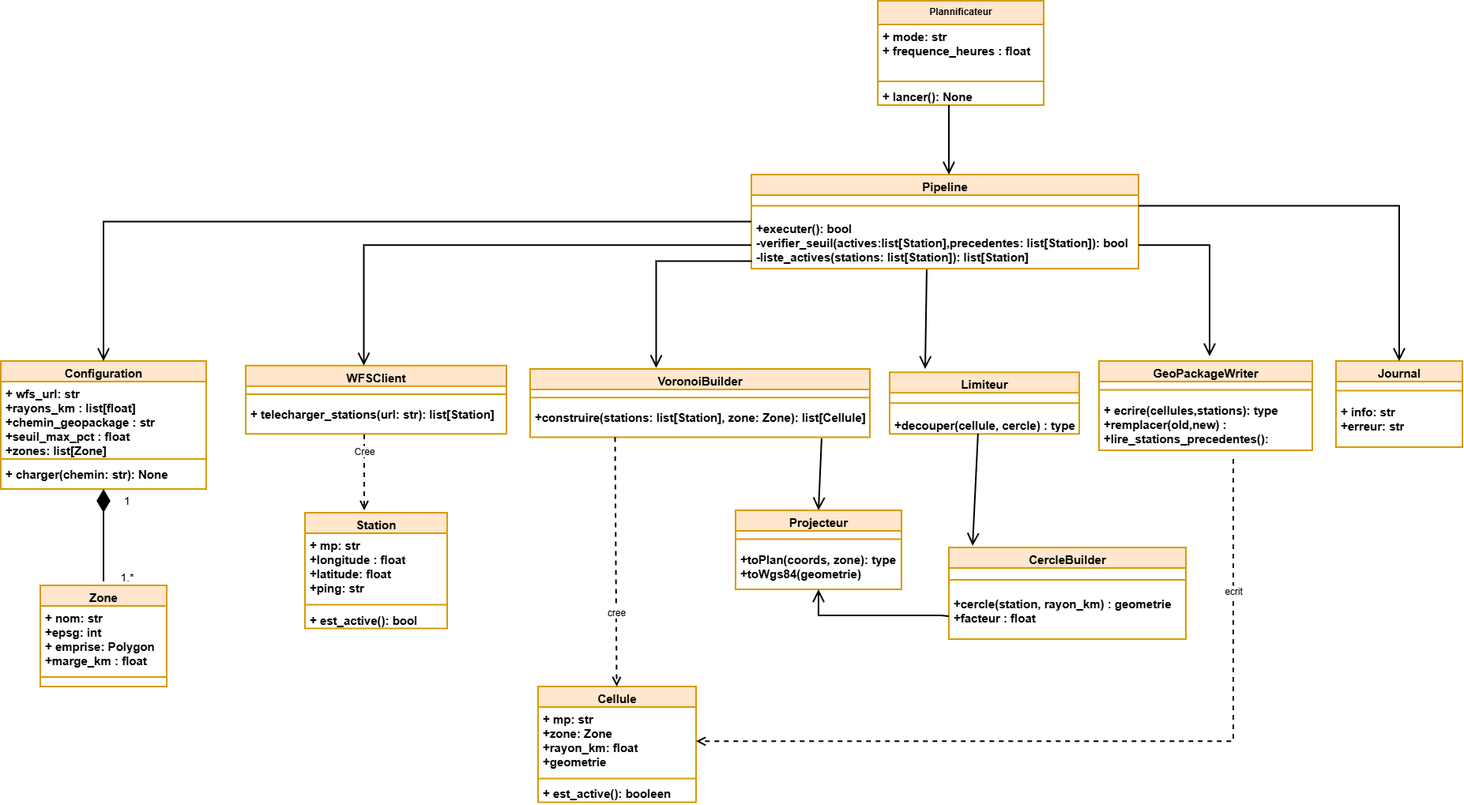
Akatebra/Projet_Info_Voronoi keeps this draw.io diagram as Diagramme de classe.png. Above is the earlier version. Source tidied: cells renumbered, new cells last; positions are measured from the earlier drawing's top-left corner, leaving out a move shared by most shapes.
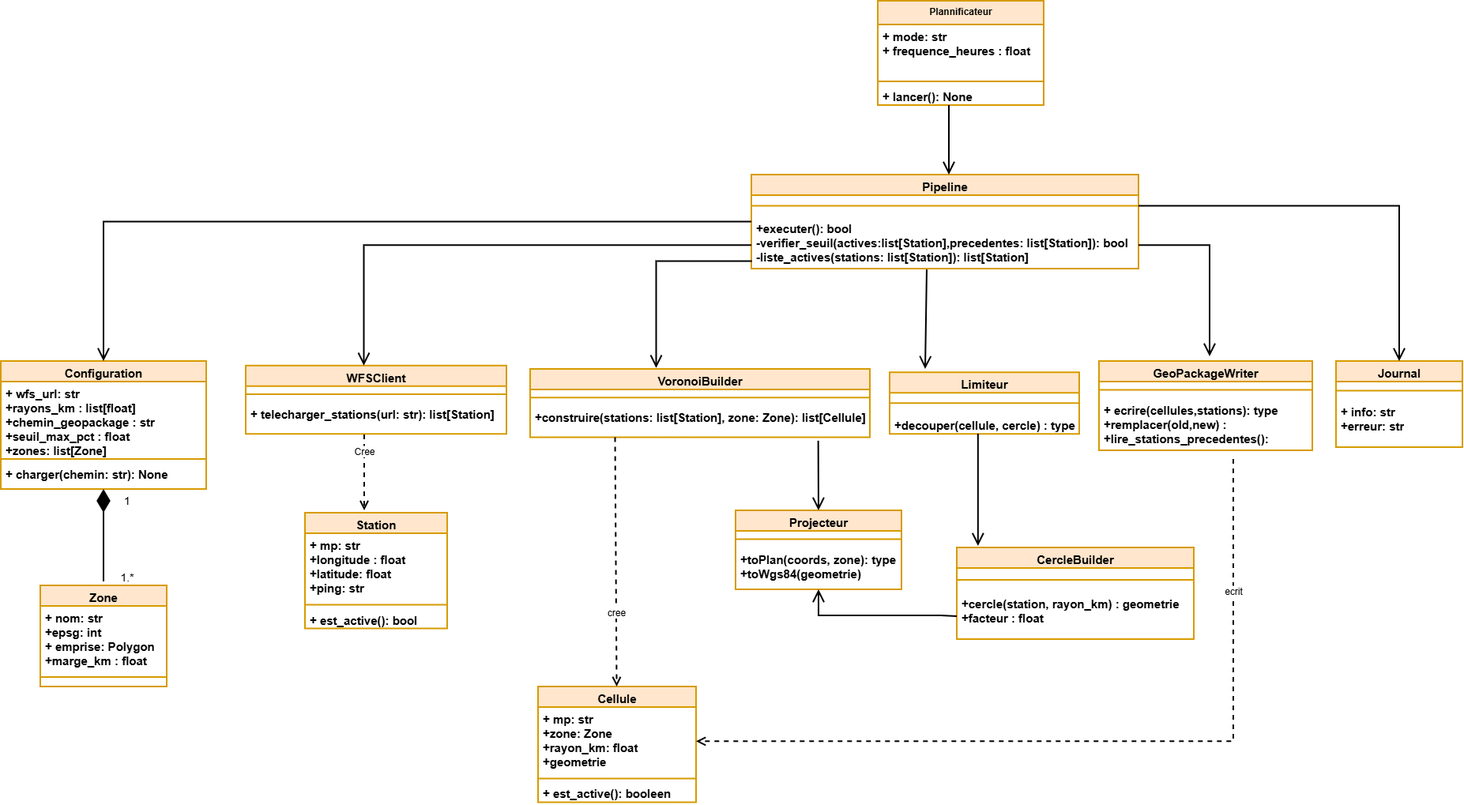
Later version of the same file.

Commit message:
Mettre à jour Diagramme de classe.png

What changed in the source:
```diff
@@ -164,7 +164,7 @@
       </mxGeometry>
     </mxCell>
     <mxCell id="50" value="&lt;font style=&quot;font-size: 15px;&quot;&gt;CercleBuilder&lt;/font&gt;" style="swimlane;fontStyle=1;align=center;verticalAlign=top;horizontal=1;startSize=26;whiteSpace=wrap;html=1;strokeWidth=2;fillColor=#ffe6cc;strokeColor=#d79b00;" parent="1" vertex="1">
-      <mxGeometry x="1200" y="692" width="300" height="116" as="geometry" />
+      <mxGeometry x="1210" y="692" width="300" height="116" as="geometry" />
     </mxCell>
     <mxCell id="51" style="line;strokeWidth=2;fillColor=none;align=left;verticalAlign=middle;spacingTop=-1;spacingLeft=3;spacingRight=3;labelPosition=right;strokeColor=inherit;labelPerimeter=1;" parent="50" vertex="1">
       <mxGeometry y="26" width="300" height="30" as="geometry" />
@@ -174,7 +174,7 @@
     </mxCell>
     <mxCell id="53" style="endArrow=open;endFill=1;endSize=12;html=1;rounded=0;defaultLabelBackgroundColor=page;labelPadding=0 4;exitX=0.466;exitY=0.993;exitDx=0;exitDy=0;strokeWidth=2;exitPerimeter=0;" parent="1" edge="1" source="21">
       <mxGeometry relative="1" as="geometry">
-        <mxPoint x="1230" y="690" as="targetPoint" />
+        <mxPoint x="1236.8" y="690" as="targetPoint" />
       </mxGeometry>
     </mxCell>
     <mxCell id="54" value="&lt;font style=&quot;font-size: 15px;&quot;&gt;Projecteur&lt;/font&gt;" style="swimlane;fontStyle=1;align=center;verticalAlign=top;horizontal=1;startSize=26;whiteSpace=wrap;html=1;strokeWidth=2;fillColor=#ffe6cc;strokeColor=#d79b00;" parent="1" vertex="1">
@@ -194,7 +194,7 @@
         </Array>
       </mxGeometry>
     </mxCell>
-    <mxCell id="58" style="endArrow=open;endFill=1;endSize=12;html=1;rounded=0;defaultLabelBackgroundColor=page;labelPadding=0 4;entryX=0.5;entryY=0;entryDx=0;entryDy=0;strokeWidth=2;exitX=0.858;exitY=1.031;exitDx=0;exitDy=0;exitPerimeter=0;" parent="1" edge="1" source="11" target="54">
+    <mxCell id="58" style="endArrow=open;endFill=1;endSize=12;html=1;rounded=0;defaultLabelBackgroundColor=page;labelPadding=0 4;entryX=0.5;entryY=0;entryDx=0;entryDy=0;strokeWidth=2;exitX=0.848;exitY=1.11;exitDx=0;exitDy=0;exitPerimeter=0;" parent="1" edge="1" source="11" target="54">
       <mxGeometry x="-0.63" relative="1" as="geometry" />
     </mxCell>
     <mxCell id="59" value="&lt;font style=&quot;font-size: 12px;&quot;&gt;Cree&lt;/font&gt;" style="html=1;verticalAlign=bottom;endArrow=open;dashed=1;endSize=8;edgeStyle=sequenceEdgeStyle;libavoidRouting=0;curved=0;rounded=0;defaultLabelBackgroundColor=page;labelPadding=0 4;entryX=0.5;entryY=0;entryDx=0;entryDy=0;strokeWidth=2;" parent="1" edge="1">
```
